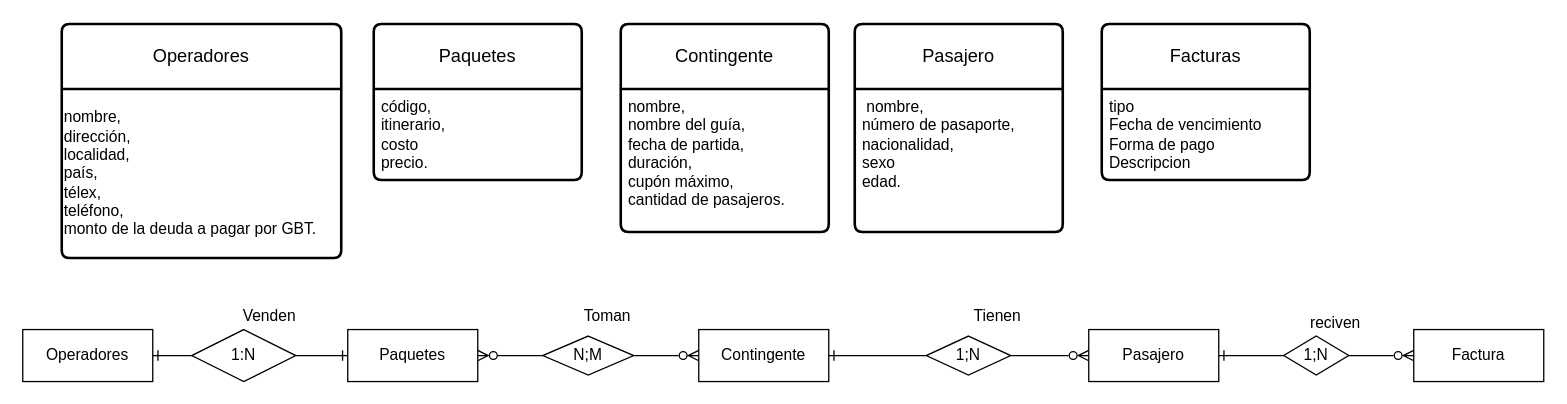
This is Diagrama sin título.drawio from Lilo038/Draw.IO, a draw.io file, before an edit. Source tidied: cells renumbered, new cells numbered last; positions are measured from the earlier drawing's top-left corner, leaving out a move shared by most shapes. Both pictures are drawn from the tidied source at 130%, with x=0, y=0 at pixel (22, 23).
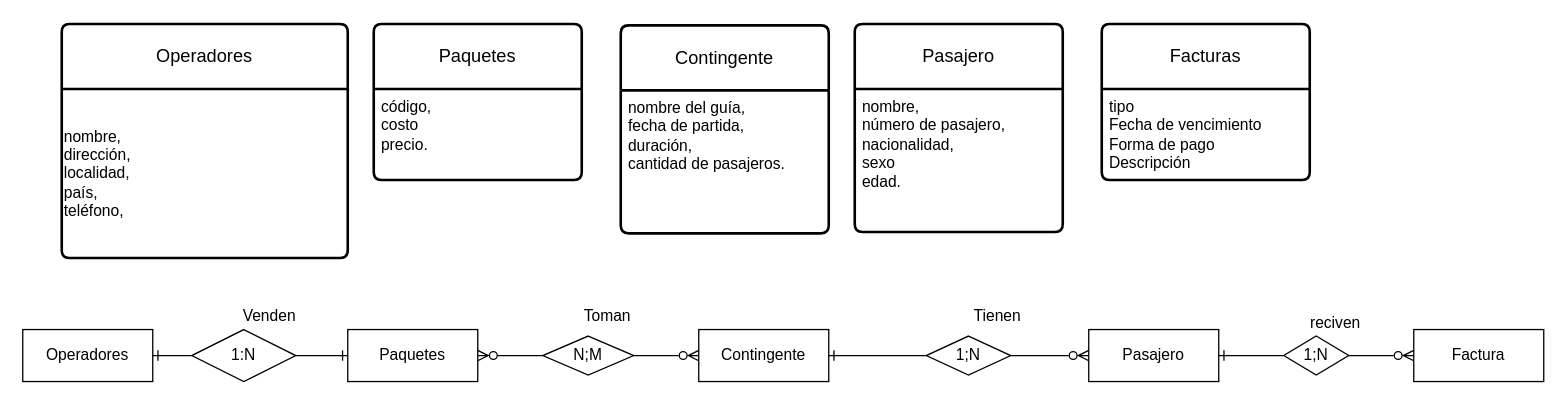
After the change.

Unchanged cells that the change refers to:
```xml
<mxCell id="4" value="Paquetes" style="swimlane;horizontal=1;startSize=50;rounded=1;fontSize=14;fontStyle=0;strokeWidth=2;shadow=0;dashed=0;align=center;arcSize=4;whiteSpace=wrap;html=1;" parent="1" vertex="1">
  <mxGeometry x="270" width="160" height="120" as="geometry" />
</mxCell>
<mxCell id="8" value="Pasajero" style="swimlane;horizontal=1;startSize=50;rounded=1;fontSize=14;fontStyle=0;strokeWidth=2;shadow=0;dashed=0;align=center;arcSize=4;whiteSpace=wrap;html=1;" parent="1" vertex="1">
  <mxGeometry x="640" width="160" height="160" as="geometry" />
</mxCell>
<mxCell id="10" value="Facturas" style="swimlane;horizontal=1;startSize=50;rounded=1;fontSize=14;fontStyle=0;strokeWidth=2;shadow=0;dashed=0;align=center;arcSize=4;whiteSpace=wrap;html=1;" parent="1" vertex="1">
  <mxGeometry x="830" width="160" height="120" as="geometry" />
</mxCell>
```

Diff of the diagram source:
```diff
@@
     <mxCell id="2" value="Operadores" style="swimlane;horizontal=1;startSize=50;rounded=1;fontSize=14;fontStyle=0;strokeWidth=2;shadow=0;dashed=0;align=center;arcSize=4;whiteSpace=wrap;html=1;" parent="1" vertex="1">
-      <mxGeometry x="30" width="215" height="180" as="geometry" />
+      <mxGeometry x="30" width="220" height="180" as="geometry" />
     </mxCell>
-    <mxCell id="3" value="nombre,&amp;nbsp;&lt;div&gt;dirección,&amp;nbsp;&lt;div&gt;localidad,&amp;nbsp;&lt;div&gt;país,&amp;nbsp;&lt;div&gt;télex,&amp;nbsp;&lt;div&gt;teléfono,&amp;nbsp;&lt;div&gt;monto de la deuda a pagar por GBT.&lt;/div&gt;&lt;/div&gt;&lt;/div&gt;&lt;/div&gt;&lt;/div&gt;&lt;/div&gt;" style="text;html=1;align=left;verticalAlign=middle;strokeColor=none;fillColor=none;" parent="2" vertex="1">
-      <mxGeometry y="50" width="215" height="130" as="geometry" />
+    <mxCell id="3" value="nombre,&amp;nbsp;&lt;div&gt;dirección,&amp;nbsp;&lt;div&gt;localidad,&amp;nbsp;&lt;div&gt;país,&amp;nbsp;&lt;div&gt;&lt;div&gt;teléfono,&amp;nbsp;&lt;/div&gt;&lt;/div&gt;&lt;/div&gt;&lt;/div&gt;&lt;/div&gt;" style="text;html=1;align=left;verticalAlign=middle;strokeColor=none;fillColor=none;" parent="2" vertex="1">
+      <mxGeometry y="50" width="220" height="130" as="geometry" />
     </mxCell>
@@
-    <mxCell id="5" value="código,&amp;nbsp;&lt;div&gt;itinerario,&amp;nbsp;&lt;div&gt;costo&amp;nbsp;&lt;div&gt;precio.&lt;/div&gt;&lt;/div&gt;&lt;/div&gt;" style="align=left;strokeColor=none;fillColor=none;spacingLeft=4;fontSize=12;verticalAlign=top;html=1;" parent="4" vertex="1">
+    <mxCell id="5" value="código,&amp;nbsp;&lt;span style=&quot;background-color: initial;&quot;&gt;&amp;nbsp;&lt;/span&gt;&lt;div&gt;&lt;div&gt;costo&amp;nbsp;&lt;div&gt;precio.&lt;/div&gt;&lt;/div&gt;&lt;/div&gt;" style="align=left;strokeColor=none;fillColor=none;spacingLeft=4;fontSize=12;verticalAlign=top;html=1;" parent="4" vertex="1">
       <mxGeometry y="50" width="160" height="70" as="geometry" />
     </mxCell>
     <mxCell id="6" value="Contingente" style="swimlane;horizontal=1;startSize=50;rounded=1;fontSize=14;fontStyle=0;strokeWidth=2;shadow=0;dashed=0;align=center;arcSize=4;whiteSpace=wrap;html=1;" parent="1" vertex="1">
-      <mxGeometry x="460" width="160" height="160" as="geometry" />
+      <mxGeometry x="460" y="1" width="160" height="160" as="geometry" />
     </mxCell>
-    <mxCell id="7" value="nombre,&amp;nbsp;&lt;div&gt;nombre del guía,&amp;nbsp;&lt;/div&gt;&lt;div&gt;fecha de partida,&amp;nbsp;&lt;/div&gt;&lt;div&gt;duración,&amp;nbsp;&lt;/div&gt;&lt;div&gt;cupón máximo,&amp;nbsp;&lt;/div&gt;&lt;div&gt;cantidad de pasajeros.&lt;/div&gt;" style="align=left;strokeColor=none;fillColor=none;spacingLeft=4;fontSize=12;verticalAlign=top;html=1;" parent="6" vertex="1">
+    <mxCell id="7" value="&lt;div&gt;nombre del guía,&amp;nbsp;&lt;/div&gt;&lt;div&gt;fecha de partida,&amp;nbsp;&lt;/div&gt;&lt;div&gt;duración,&amp;nbsp;&lt;span style=&quot;background-color: initial;&quot;&gt;&amp;nbsp;&lt;/span&gt;&lt;/div&gt;&lt;div&gt;cantidad de pasajeros.&lt;/div&gt;" style="align=left;strokeColor=none;fillColor=none;spacingLeft=4;fontSize=12;verticalAlign=top;html=1;" parent="6" vertex="1">
       <mxGeometry y="50" width="160" height="110" as="geometry" />
     </mxCell>
@@
-    <mxCell id="9" value="&amp;nbsp;nombre,&amp;nbsp;&lt;div&gt;número de pasaporte,&amp;nbsp;&lt;div&gt;nacionalidad,&amp;nbsp;&lt;div&gt;sexo&amp;nbsp;&lt;div&gt;edad.&lt;/div&gt;&lt;/div&gt;&lt;/div&gt;&lt;/div&gt;" style="align=left;strokeColor=none;fillColor=none;spacingLeft=4;fontSize=12;verticalAlign=top;html=1;" parent="8" vertex="1">
+    <mxCell id="9" value="nombre,&amp;nbsp;&lt;div&gt;número de pasajero,&amp;nbsp;&lt;div&gt;nacionalidad,&amp;nbsp;&lt;div&gt;sexo&amp;nbsp;&lt;div&gt;edad.&lt;/div&gt;&lt;/div&gt;&lt;/div&gt;&lt;/div&gt;" style="align=left;strokeColor=none;fillColor=none;spacingLeft=4;fontSize=12;verticalAlign=top;html=1;" parent="8" vertex="1">
       <mxGeometry y="50" width="160" height="110" as="geometry" />
     </mxCell>
@@
-    <mxCell id="11" value="tipo&lt;div&gt;Fecha de vencimiento&lt;/div&gt;&lt;div&gt;Forma de pago&lt;/div&gt;&lt;div&gt;Descripcion&amp;nbsp;&lt;/div&gt;" style="align=left;strokeColor=none;fillColor=none;spacingLeft=4;fontSize=12;verticalAlign=top;html=1;" parent="10" vertex="1">
+    <mxCell id="11" value="tipo&lt;div&gt;Fecha de vencimiento&lt;/div&gt;&lt;div&gt;Forma de pago&lt;/div&gt;&lt;div&gt;Descripción&amp;nbsp;&lt;/div&gt;" style="align=left;strokeColor=none;fillColor=none;spacingLeft=4;fontSize=12;verticalAlign=top;html=1;" parent="10" vertex="1">
       <mxGeometry y="50" width="160" height="70" as="geometry" />
     </mxCell>
```
